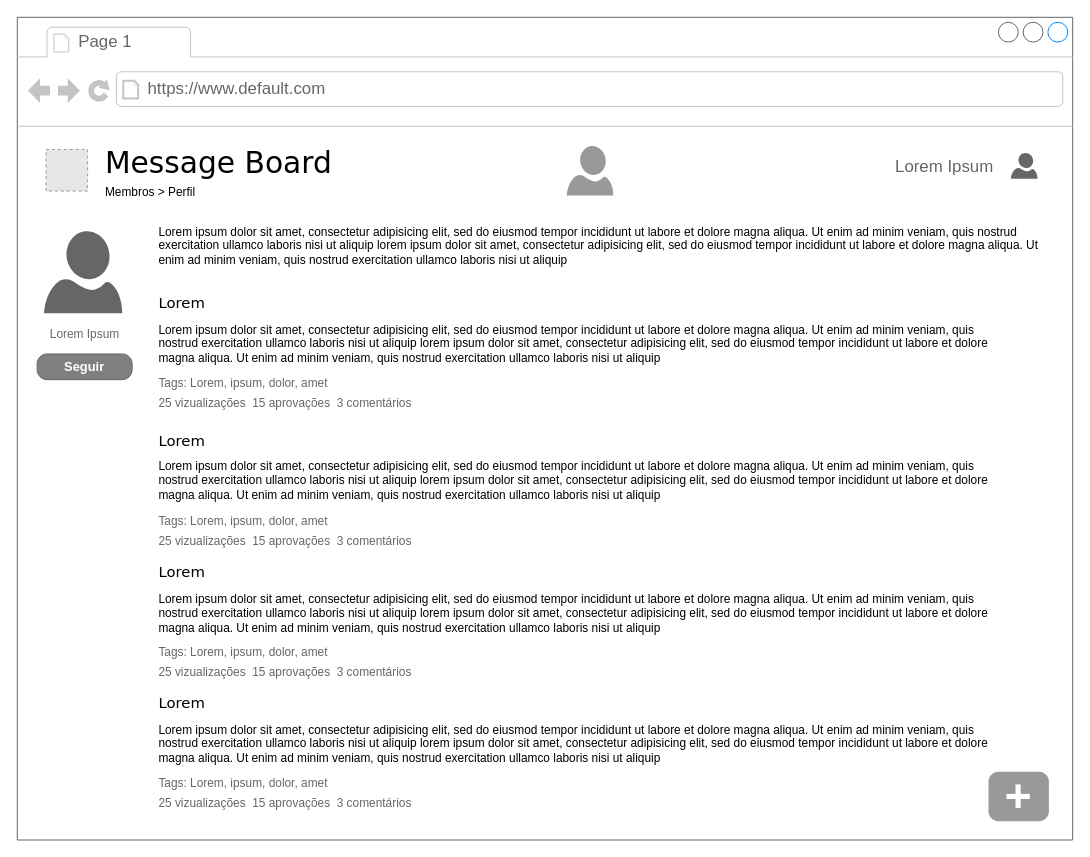
johnywalves/message-board-frontend keeps this draw.io diagram as page "profile" (3 of 6) of wireframe/messageboard.drawio. Above is the earlier version. Source tidied: cells renumbered, new cells numbered last; positions are measured from the earlier drawing's top-left corner, leaving out a move shared by most shapes. Both pictures are drawn from the tidied source at 99%, with x=0, y=0 at pixel (17, 17). Pictures stored in the file or linked from it are replaced by grey dashed boxes.
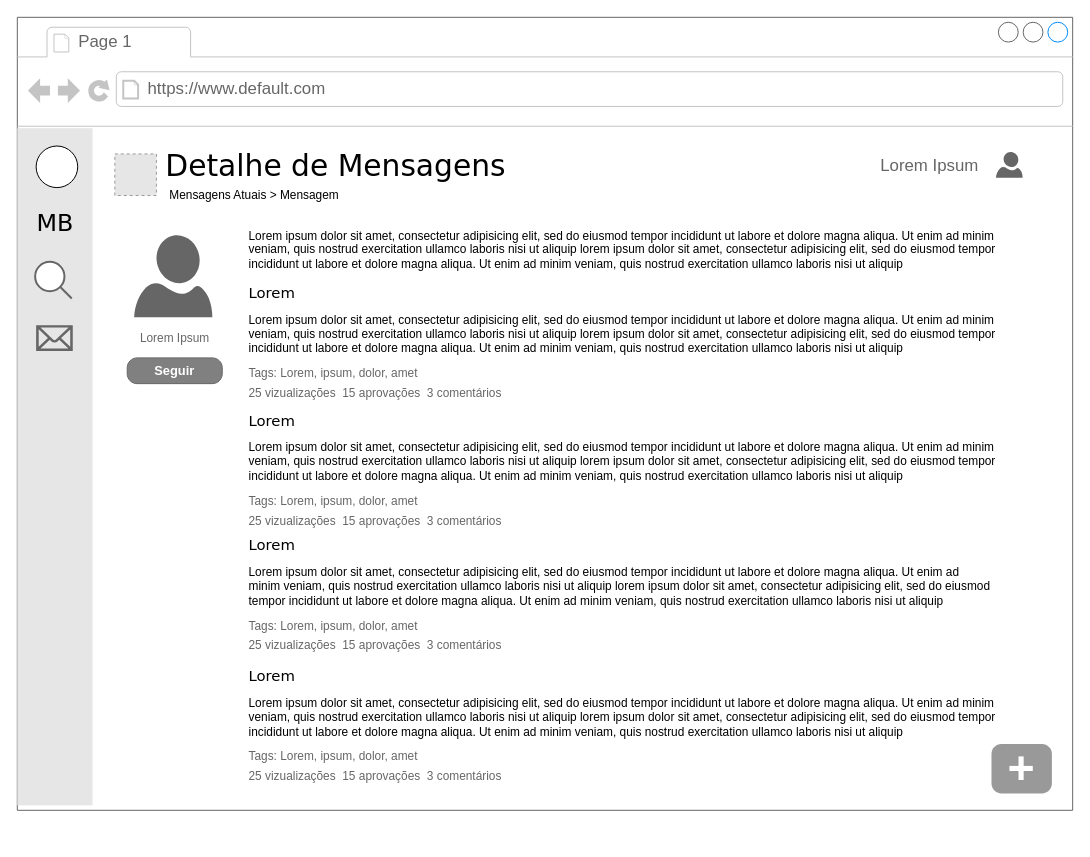
After the change.

The edit, as a diff of the source:
```diff
@@
     <mxCell id="2" style="strokeWidth=1;shadow=0;dashed=0;align=center;html=1;shape=mxgraph.mockup.containers.browserWindow;rSize=0;fillColor=#ffffff;strokeColor=#666666;mainText=,;rounded=0;labelBackgroundColor=none;fontFamily=Verdana;fontSize=12;fontColor=#000000;" parent="1" vertex="1">
-      <mxGeometry width="1066" height="831" as="geometry" />
+      <mxGeometry width="1066" height="801" as="geometry" />
     </mxCell>
@@
     <mxCell id="5" style="shadow=0;dashed=0;html=1;strokeColor=none;labelPosition=center;verticalLabelPosition=bottom;verticalAlign=top;align=center;shape=mxgraph.azure.user;fillColor=#666666;" parent="1" vertex="1">
-      <mxGeometry x="27" y="216" width="79" height="83" as="geometry" />
+      <mxGeometry x="118" y="220" width="79" height="83" as="geometry" />
     </mxCell>
     <mxCell id="6" value="&lt;span&gt;Lorem Ipsum&amp;nbsp;&lt;/span&gt;" style="text;html=1;strokeColor=none;fillColor=none;align=center;verticalAlign=middle;whiteSpace=wrap;rounded=0;fontColor=#666666;" parent="1" vertex="1">
-      <mxGeometry x="25" y="309.5" width="90" height="20" as="geometry" />
+      <mxGeometry x="116" y="313.5" width="90" height="20" as="geometry" />
     </mxCell>
     <mxCell id="7" style="group;" parent="1" vertex="1">
-      <mxGeometry x="141" y="277" width="862" height="124" as="geometry" />
+      <mxGeometry x="232" y="267" width="794" height="124" as="geometry" />
     </mxCell>
     <mxCell id="8" value="Lorem" style="text;html=1;align=left;verticalAlign=top;spacingTop=-4;fontSize=15;fontFamily=Verdana;fontColor=#000000;" parent="7" vertex="1">
-      <mxGeometry width="170" height="29" as="geometry" />
+      <mxGeometry width="156.6" height="29" as="geometry" />
     </mxCell>
     <mxCell id="9" value="Lorem ipsum dolor sit amet, consectetur adipisicing elit, sed do eiusmod tempor incididunt ut labore et dolore magna aliqua. Ut enim ad minim veniam, quis nostrud exercitation ullamco laboris nisi ut aliquip lorem ipsum dolor sit amet, consectetur adipisicing elit, sed do eiusmod tempor incididunt ut labore et dolore magna aliqua. Ut enim ad minim veniam, quis nostrud exercitation ullamco laboris nisi ut aliquip&lt;br&gt;" style="text;spacingTop=-5;fillColor=#ffffff;whiteSpace=wrap;html=1;align=left;fontSize=12;fontFamily=Helvetica;fillColor=none;strokeColor=none;rounded=0;shadow=1;labelBackgroundColor=none;" parent="7" vertex="1">
-      <mxGeometry y="29.5" width="862" height="50" as="geometry" />
+      <mxGeometry y="29.5" width="794" height="50" as="geometry" />
     </mxCell>
     <mxCell id="10" value="&lt;font color=&quot;#666666&quot;&gt;Tags: Lorem, ipsum, dolor, amet&lt;/font&gt;" style="text;spacingTop=-5;fillColor=#ffffff;whiteSpace=wrap;html=1;align=left;fontSize=12;fontFamily=Helvetica;fillColor=none;strokeColor=none;rounded=0;shadow=1;labelBackgroundColor=none;" parent="7" vertex="1">
-      <mxGeometry y="84" width="300" height="20" as="geometry" />
+      <mxGeometry y="84" width="276.3" height="20" as="geometry" />
     </mxCell>
     <mxCell id="11" value="&lt;font color=&quot;#666666&quot;&gt;25 vizualizações&amp;nbsp;&amp;nbsp;&lt;span&gt;15 a&lt;/span&gt;provações&amp;nbsp; 3 comentários&lt;/font&gt;" style="text;spacingTop=-5;fillColor=#ffffff;whiteSpace=wrap;html=1;align=left;fontSize=12;fontFamily=Helvetica;fillColor=none;strokeColor=none;rounded=0;shadow=1;labelBackgroundColor=none;" parent="7" vertex="1">
-      <mxGeometry y="104" width="300" height="20" as="geometry" />
+      <mxGeometry y="104" width="276.3" height="20" as="geometry" />
     </mxCell>
     <mxCell id="12" style="group;" parent="1" vertex="1">
-      <mxGeometry x="141" y="415.5" width="862" height="124" as="geometry" />
+      <mxGeometry x="232" y="396" width="784" height="124" as="geometry" />
     </mxCell>
     <mxCell id="13" value="Lorem" style="text;html=1;align=left;verticalAlign=top;spacingTop=-4;fontSize=15;fontFamily=Verdana;fontColor=#000000;" parent="12" vertex="1">
-      <mxGeometry width="170" height="29" as="geometry" />
+      <mxGeometry width="154.6" height="29" as="geometry" />
     </mxCell>
     <mxCell id="14" value="Lorem ipsum dolor sit amet, consectetur adipisicing elit, sed do eiusmod tempor incididunt ut labore et dolore magna aliqua. Ut enim ad minim veniam, quis nostrud exercitation ullamco laboris nisi ut aliquip lorem ipsum dolor sit amet, consectetur adipisicing elit, sed do eiusmod tempor incididunt ut labore et dolore magna aliqua. Ut enim ad minim veniam, quis nostrud exercitation ullamco laboris nisi ut aliquip&lt;br&gt;" style="text;spacingTop=-5;fillColor=#ffffff;whiteSpace=wrap;html=1;align=left;fontSize=12;fontFamily=Helvetica;fillColor=none;strokeColor=none;rounded=0;shadow=1;labelBackgroundColor=none;" parent="12" vertex="1">
-      <mxGeometry y="29.5" width="862" height="50" as="geometry" />
+      <mxGeometry y="29.5" width="784" height="50" as="geometry" />
     </mxCell>
     <mxCell id="15" value="&lt;font color=&quot;#666666&quot;&gt;Tags: Lorem, ipsum, dolor, amet&lt;/font&gt;" style="text;spacingTop=-5;fillColor=#ffffff;whiteSpace=wrap;html=1;align=left;fontSize=12;fontFamily=Helvetica;fillColor=none;strokeColor=none;rounded=0;shadow=1;labelBackgroundColor=none;" parent="12" vertex="1">
-      <mxGeometry y="84" width="300" height="20" as="geometry" />
+      <mxGeometry y="84" width="272.9" height="20" as="geometry" />
     </mxCell>
     <mxCell id="16" value="&lt;font color=&quot;#666666&quot;&gt;25 vizualizações&amp;nbsp;&amp;nbsp;&lt;span&gt;15 a&lt;/span&gt;provações&amp;nbsp; 3 comentários&lt;/font&gt;" style="text;spacingTop=-5;fillColor=#ffffff;whiteSpace=wrap;html=1;align=left;fontSize=12;fontFamily=Helvetica;fillColor=none;strokeColor=none;rounded=0;shadow=1;labelBackgroundColor=none;" parent="12" vertex="1">
-      <mxGeometry y="104" width="300" height="20" as="geometry" />
+      <mxGeometry y="104" width="272.9" height="20" as="geometry" />
     </mxCell>
     <mxCell id="17" style="group;" parent="1" vertex="1">
-      <mxGeometry x="141" y="549" width="862" height="124" as="geometry" />
+      <mxGeometry x="232" y="522" width="755" height="124" as="geometry" />
     </mxCell>
     <mxCell id="18" value="Lorem" style="text;html=1;align=left;verticalAlign=top;spacingTop=-4;fontSize=15;fontFamily=Verdana;fontColor=#000000;" parent="17" vertex="1">
-      <mxGeometry width="170" height="29" as="geometry" />
+      <mxGeometry width="148.9" height="29" as="geometry" />
     </mxCell>
     <mxCell id="19" value="Lorem ipsum dolor sit amet, consectetur adipisicing elit, sed do eiusmod tempor incididunt ut labore et dolore magna aliqua. Ut enim ad minim veniam, quis nostrud exercitation ullamco laboris nisi ut aliquip lorem ipsum dolor sit amet, consectetur adipisicing elit, sed do eiusmod tempor incididunt ut labore et dolore magna aliqua. Ut enim ad minim veniam, quis nostrud exercitation ullamco laboris nisi ut aliquip&lt;br&gt;" style="text;spacingTop=-5;fillColor=#ffffff;whiteSpace=wrap;html=1;align=left;fontSize=12;fontFamily=Helvetica;fillColor=none;strokeColor=none;rounded=0;shadow=1;labelBackgroundColor=none;" parent="17" vertex="1">
-      <mxGeometry y="29.5" width="862" height="50" as="geometry" />
+      <mxGeometry y="29.5" width="755" height="50" as="geometry" />
     </mxCell>
     <mxCell id="20" value="&lt;font color=&quot;#666666&quot;&gt;Tags: Lorem, ipsum, dolor, amet&lt;/font&gt;" style="text;spacingTop=-5;fillColor=#ffffff;whiteSpace=wrap;html=1;align=left;fontSize=12;fontFamily=Helvetica;fillColor=none;strokeColor=none;rounded=0;shadow=1;labelBackgroundColor=none;" parent="17" vertex="1">
-      <mxGeometry y="84" width="300" height="20" as="geometry" />
+      <mxGeometry y="84" width="262.8" height="20" as="geometry" />
     </mxCell>
     <mxCell id="21" value="&lt;font color=&quot;#666666&quot;&gt;25 vizualizações&amp;nbsp;&amp;nbsp;&lt;span&gt;15 a&lt;/span&gt;provações&amp;nbsp; 3 comentários&lt;/font&gt;" style="text;spacingTop=-5;fillColor=#ffffff;whiteSpace=wrap;html=1;align=left;fontSize=12;fontFamily=Helvetica;fillColor=none;strokeColor=none;rounded=0;shadow=1;labelBackgroundColor=none;" parent="17" vertex="1">
-      <mxGeometry y="104" width="300" height="20" as="geometry" />
+      <mxGeometry y="104" width="262.8" height="20" as="geometry" />
     </mxCell>
     <mxCell id="22" value="Lorem ipsum dolor sit amet, consectetur adipisicing elit, sed do eiusmod tempor incididunt ut labore et dolore magna aliqua. Ut enim ad minim veniam, quis nostrud exercitation ullamco laboris nisi ut aliquip lorem ipsum dolor sit amet, consectetur adipisicing elit, sed do eiusmod tempor incididunt ut labore et dolore magna aliqua. Ut enim ad minim veniam, quis nostrud exercitation ullamco laboris nisi ut aliquip&lt;br&gt;" style="text;spacingTop=-5;fillColor=#ffffff;whiteSpace=wrap;html=1;align=left;fontSize=12;fontFamily=Helvetica;fillColor=none;strokeColor=none;rounded=0;shadow=1;labelBackgroundColor=none;" parent="1" vertex="1">
-      <mxGeometry x="141" y="207.5" width="912" height="50" as="geometry" />
+      <mxGeometry x="232" y="212" width="794" height="50" as="geometry" />
     </mxCell>
     <mxCell id="23" style="group;" parent="1" vertex="1">
-      <mxGeometry x="141" y="681" width="862" height="124" as="geometry" />
+      <mxGeometry x="232" y="654" width="775" height="124" as="geometry" />
     </mxCell>
     <mxCell id="24" value="Lorem" style="text;html=1;align=left;verticalAlign=top;spacingTop=-4;fontSize=15;fontFamily=Verdana;fontColor=#000000;" parent="23" vertex="1">
-      <mxGeometry width="170" height="29" as="geometry" />
+      <mxGeometry width="152.8" height="29" as="geometry" />
     </mxCell>
     <mxCell id="25" value="Lorem ipsum dolor sit amet, consectetur adipisicing elit, sed do eiusmod tempor incididunt ut labore et dolore magna aliqua. Ut enim ad minim veniam, quis nostrud exercitation ullamco laboris nisi ut aliquip lorem ipsum dolor sit amet, consectetur adipisicing elit, sed do eiusmod tempor incididunt ut labore et dolore magna aliqua. Ut enim ad minim veniam, quis nostrud exercitation ullamco laboris nisi ut aliquip&lt;br&gt;" style="text;spacingTop=-5;fillColor=#ffffff;whiteSpace=wrap;html=1;align=left;fontSize=12;fontFamily=Helvetica;fillColor=none;strokeColor=none;rounded=0;shadow=1;labelBackgroundColor=none;" parent="23" vertex="1">
-      <mxGeometry y="29.5" width="862" height="50" as="geometry" />
+      <mxGeometry y="29.5" width="775" height="50" as="geometry" />
     </mxCell>
     <mxCell id="26" value="&lt;font color=&quot;#666666&quot;&gt;Tags: Lorem, ipsum, dolor, amet&lt;/font&gt;" style="text;spacingTop=-5;fillColor=#ffffff;whiteSpace=wrap;html=1;align=left;fontSize=12;fontFamily=Helvetica;fillColor=none;strokeColor=none;rounded=0;shadow=1;labelBackgroundColor=none;" parent="23" vertex="1">
-      <mxGeometry y="84" width="300" height="20" as="geometry" />
+      <mxGeometry y="84" width="269.7" height="20" as="geometry" />
     </mxCell>
     <mxCell id="27" value="&lt;font color=&quot;#666666&quot;&gt;25 vizualizações&amp;nbsp;&amp;nbsp;&lt;span&gt;15 a&lt;/span&gt;provações&amp;nbsp; 3 comentários&lt;/font&gt;" style="text;spacingTop=-5;fillColor=#ffffff;whiteSpace=wrap;html=1;align=left;fontSize=12;fontFamily=Helvetica;fillColor=none;strokeColor=none;rounded=0;shadow=1;labelBackgroundColor=none;" parent="23" vertex="1">
-      <mxGeometry y="104" width="300" height="20" as="geometry" />
+      <mxGeometry y="104" width="269.7" height="20" as="geometry" />
     </mxCell>
     <mxCell id="28" value="&lt;font style=&quot;font-size: 47px&quot;&gt;+&lt;/font&gt;" style="strokeWidth=1;shadow=0;dashed=0;align=center;html=1;shape=mxgraph.mockup.buttons.button;strokeColor=none;fontColor=#ffffff;mainText=;buttonStyle=round;fontSize=17;fontStyle=1;fillColor=#999999;whiteSpace=wrap;" parent="1" vertex="1">
-      <mxGeometry x="981" y="762" width="61" height="50" as="geometry" />
+      <mxGeometry x="984" y="734" width="61" height="50" as="geometry" />
     </mxCell>
     <mxCell id="29" value="Seguir" style="strokeWidth=1;shadow=0;dashed=0;align=center;html=1;shape=mxgraph.mockup.buttons.button;strokeColor=#666666;fontColor=#ffffff;mainText=;buttonStyle=round;fontSize=13;fontStyle=1;fillColor=#808080;whiteSpace=wrap;" parent="1" vertex="1">
-      <mxGeometry x="20" y="340" width="96" height="26" as="geometry" />
+      <mxGeometry x="111" y="344" width="96" height="26" as="geometry" />
     </mxCell>
-    <mxCell id="30" value="Message Board" style="text;html=1;align=left;verticalAlign=top;spacingTop=-4;fontSize=30;fontFamily=Verdana;fontColor=#000000;" parent="1" vertex="1">
-      <mxGeometry x="87" y="127" width="237" height="46" as="geometry" />
-    </mxCell>
-    <mxCell id="31" value="Membros &amp;gt; Perfil" style="text;html=1;strokeColor=none;fillColor=none;align=left;verticalAlign=middle;whiteSpace=wrap;rounded=0;" parent="1" vertex="1">
-      <mxGeometry x="87" y="167" width="217" height="20" as="geometry" />
-    </mxCell>
+    <mxCell id="36" style="group;" parent="1" vertex="1">
+      <mxGeometry y="112" width="140.5" height="684" as="geometry" />
+    </mxCell>
+    <mxCell id="37" style="fillColor=#E6E6E6;strokeColor=#999999;dashed=1;html=1;verticalAlign=top;verticalLabelPosition=bottom;labelBackgroundColor=none;align=right;fontColor=#999999;" parent="36" vertex="1">
+      <mxGeometry x="98.5" y="26" width="42" height="42" as="geometry" />
+    </mxCell>
+    <mxCell id="38" style="rounded=0;whiteSpace=wrap;html=1;fontSize=20;fontColor=#4D4D4D;strokeColor=none;fillColor=#E6E6E6;" parent="36" vertex="1">
+      <mxGeometry width="76" height="684" as="geometry" />
+    </mxCell>
+    <mxCell id="39" style="shape=mxgraph.signs.tech.mail;html=1;fillColor=#666666;strokeColor=none;verticalLabelPosition=bottom;verticalAlign=top;align=center;" parent="36" vertex="1">
+      <mxGeometry x="19" y="199" width="37" height="26" as="geometry" />
+    </mxCell>
+    <mxCell id="40" style="ellipse;whiteSpace=wrap;html=1;" parent="36" vertex="1">
+      <mxGeometry x="19" y="18" width="42" height="42" as="geometry" />
+    </mxCell>
+    <mxCell id="41" style="html=1;verticalLabelPosition=bottom;align=center;labelBackgroundColor=#ffffff;verticalAlign=top;strokeWidth=2;strokeColor=#666666;fillColor=#ffffff;shadow=0;dashed=0;shape=mxgraph.ios7.icons.looking_glass;" parent="36" vertex="1">
+      <mxGeometry x="18" y="135" width="37" height="37" as="geometry" />
+    </mxCell>
+    <mxCell id="42" value="MB" style="text;html=1;align=center;verticalAlign=top;spacingTop=-4;fontSize=24;fontFamily=Verdana;fontColor=#000000;" parent="36" vertex="1">
+      <mxGeometry x="15" y="79" width="46" height="46" as="geometry" />
+    </mxCell>
+    <mxCell id="43" value="Detalhe de Mensagens" style="text;html=1;align=left;verticalAlign=top;spacingTop=-4;fontSize=30;fontFamily=Verdana;fontColor=#000000;" parent="1" vertex="1">
+      <mxGeometry x="148" y="130" width="364" height="46" as="geometry" />
+    </mxCell>
+    <mxCell id="44" value="Mensagens Atuais &amp;gt; Mensagem&lt;br&gt;" style="text;html=1;strokeColor=none;fillColor=none;align=left;verticalAlign=middle;whiteSpace=wrap;rounded=0;" parent="1" vertex="1">
+      <mxGeometry x="152" y="170" width="217" height="20" as="geometry" />
+    </mxCell>
     <mxCell id="32" value="&lt;span style=&quot;font-size: 17px;&quot;&gt;Lorem Ipsum&amp;nbsp;&lt;/span&gt;" style="text;html=1;strokeColor=none;fillColor=none;align=right;verticalAlign=middle;whiteSpace=wrap;rounded=0;fontColor=#666666;fontSize=17;" parent="1" vertex="1">
-      <mxGeometry x="853" y="143" width="140" height="18" as="geometry" />
+      <mxGeometry x="838" y="142" width="140" height="18" as="geometry" />
     </mxCell>
-    <mxCell id="33" style="shadow=0;dashed=0;html=1;strokeColor=none;labelPosition=center;verticalLabelPosition=bottom;verticalAlign=top;align=center;shape=mxgraph.azure.user;fillColor=#666666;" parent="1" vertex="1">
-      <mxGeometry x="1003.5" y="137" width="27" height="26" as="geometry" />
-    </mxCell>
-    <mxCell id="34" style="fillColor=#E6E6E6;strokeColor=#999999;dashed=1;html=1;verticalAlign=top;verticalLabelPosition=bottom;labelBackgroundColor=none;align=right;fontColor=#999999;" parent="1" vertex="1">
-      <mxGeometry x="29" y="133.5" width="42" height="42" as="geometry" />
-    </mxCell>
-    <mxCell id="35" style="shadow=0;dashed=0;html=1;strokeColor=none;labelPosition=center;verticalLabelPosition=bottom;verticalAlign=top;align=center;shape=mxgraph.azure.user;fillColor=#999999;labelBackgroundColor=none;fontSize=22;fontColor=#999999;" parent="1" vertex="1">
-      <mxGeometry x="555" y="130" width="47" height="50" as="geometry" />
-    </mxCell>
+    <mxCell id="45" style="shadow=0;dashed=0;html=1;strokeColor=none;labelPosition=center;verticalLabelPosition=bottom;verticalAlign=top;align=center;shape=mxgraph.azure.user;fillColor=#666666;" parent="1" vertex="1">
+      <mxGeometry x="988.5" y="136" width="27" height="26" as="geometry" />
+    </mxCell>
```
